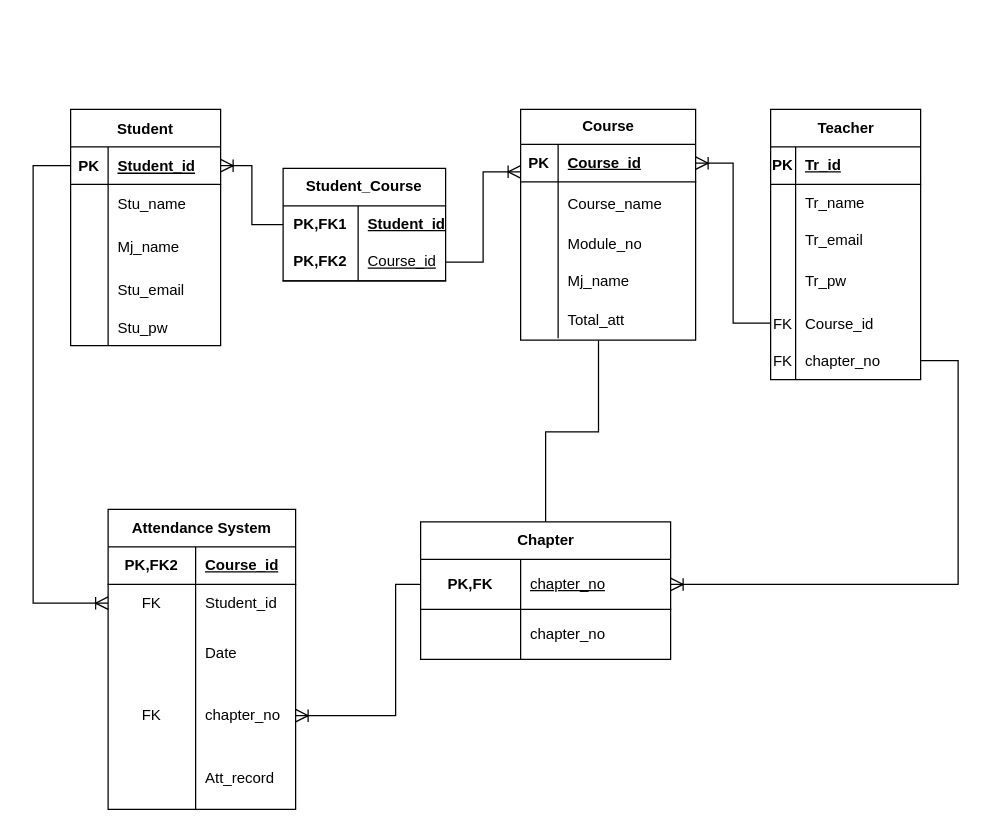
The draw.io diagram ER.drawio in KhunMaungNgwee/InternShipProject, before the edit. Source tidied: cells renumbered, new cells numbered last; positions are measured from the earlier drawing's top-left corner, leaving out a move shared by most shapes. Both pictures are drawn from the tidied source at 125%, with x=0, y=0 at pixel (32, 109).
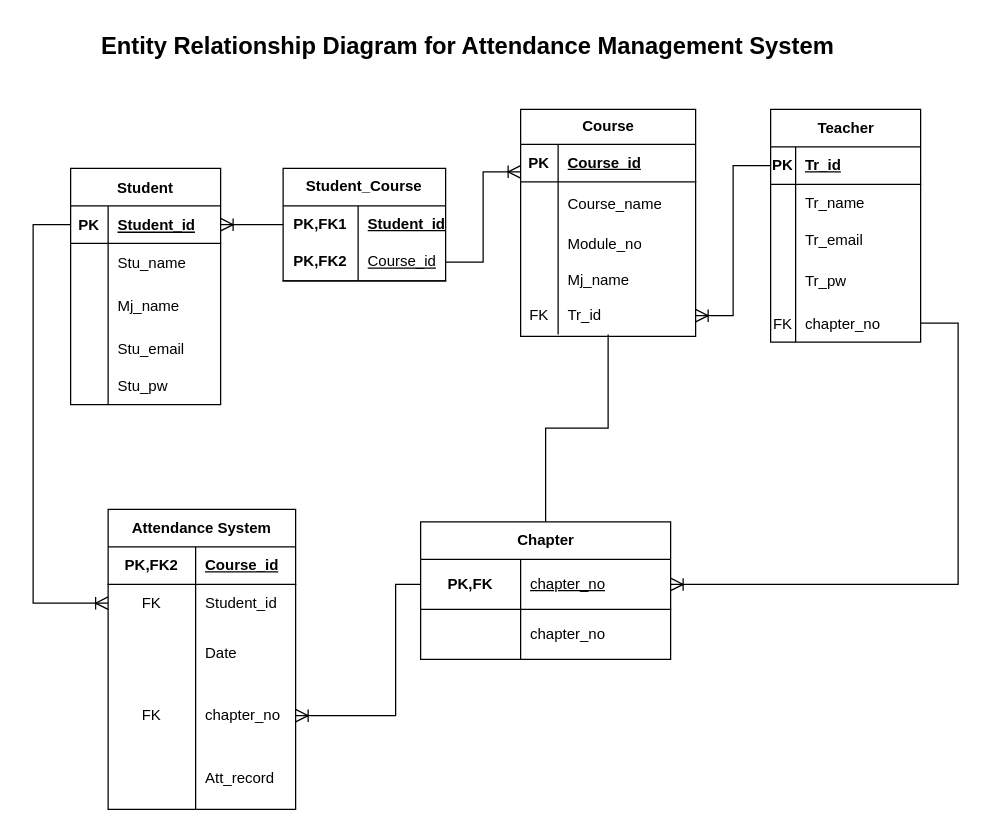
Above is the later version.

The change refers to these unchanged cells:
```xml
<mxCell id="19" style="shape=tableRow;horizontal=0;startSize=0;swimlaneHead=0;swimlaneBody=0;fillColor=none;points=[[0,0.5],[1,0.5]];portConstraint=eastwest;top=0;left=0;right=0;bottom=1;" parent="18" vertex="1">
  <mxGeometry y="28" width="140" height="30" as="geometry" />
</mxCell>
<mxCell id="51" style="shape=tableRow;horizontal=0;startSize=0;swimlaneHead=0;swimlaneBody=0;fillColor=none;points=[[0,0.5],[1,0.5]];portConstraint=eastwest;top=0;left=0;right=0;bottom=1;" parent="50" vertex="1">
  <mxGeometry y="30" width="120" height="30" as="geometry" />
</mxCell>
<mxCell id="69" value="Chapter" style="shape=table;startSize=30;childLayout=tableLayout;rowLines=0;fontStyle=1;align=center;html=1;" parent="1" vertex="1">
  <mxGeometry x="310" y="330" width="200" height="110" as="geometry" />
</mxCell>
```

Change to the diagram source:
```diff
@@
     <mxCell id="2" value="Student" style="shape=table;startSize=30;childLayout=tableLayout;rowLines=0;fontStyle=1;align=center;" parent="1" vertex="1">
-      <mxGeometry x="30" width="120" height="189" as="geometry" />
+      <mxGeometry x="30" y="47.2" width="120" height="189" as="geometry" />
     </mxCell>
@@
     <mxCell id="18" value="Course" style="shape=table;startSize=28;childLayout=tableLayout;rowLines=0;fontStyle=1;align=center;html=1;" parent="1" vertex="1">
-      <mxGeometry x="390" width="140" height="184.5" as="geometry" />
+      <mxGeometry x="390" width="140" height="181.5" as="geometry" />
     </mxCell>
@@
     <mxCell id="28" style="shape=tableRow;horizontal=0;startSize=0;swimlaneHead=0;swimlaneBody=0;fillColor=none;top=0;left=0;right=0;bottom=0;" parent="18" vertex="1">
-      <mxGeometry y="123" width="140" height="30" as="geometry" />
+      <mxGeometry y="123" width="140" height="27" as="geometry" />
     </mxCell>
     <mxCell id="29" style="shape=partialRectangle;fillColor=none;top=0;left=0;bottom=0;right=0;overflow=hidden;whiteSpace=wrap;html=1;" parent="28" vertex="1">
-      <mxGeometry width="30" height="30" as="geometry" />
+      <mxGeometry width="30" height="27" as="geometry" />
     </mxCell>
     <mxCell id="30" value="Mj_name" style="shape=partialRectangle;fillColor=none;top=0;left=0;bottom=0;right=0;align=left;spacingLeft=6;overflow=hidden;whiteSpace=wrap;html=1;" parent="28" vertex="1">
-      <mxGeometry x="30" width="110" height="30" as="geometry" />
+      <mxGeometry x="30" width="110" height="27" as="geometry" />
     </mxCell>
-    <mxCell id="31" style="shape=tableRow;horizontal=0;startSize=0;swimlaneHead=0;swimlaneBody=0;fillColor=none;points=[[0,0.5],[1,0.5]];portConstraint=eastwest;top=0;left=0;right=0;bottom=0;" parent="18" vertex="1">
-      <mxGeometry y="153" width="140" height="30" as="geometry" />
-    </mxCell>
-    <mxCell id="32" style="shape=partialRectangle;fillColor=none;top=0;left=0;bottom=0;right=0;overflow=hidden;" parent="31" vertex="1">
-      <mxGeometry width="30" height="30" as="geometry" />
-    </mxCell>
-    <mxCell id="33" value="Total_att" style="shape=partialRectangle;fillColor=none;top=0;left=0;bottom=0;right=0;align=left;spacingLeft=6;overflow=hidden;" parent="31" vertex="1">
-      <mxGeometry x="30" width="110" height="30" as="geometry" />
-    </mxCell>
+    <mxCell id="90" style="shape=tableRow;horizontal=0;startSize=0;swimlaneHead=0;swimlaneBody=0;fillColor=none;points=[[0,0.5],[1,0.5]];portConstraint=eastwest;top=0;left=0;right=0;bottom=0;" parent="18" vertex="1">
+      <mxGeometry y="150" width="140" height="30" as="geometry" />
+    </mxCell>
+    <mxCell id="64" value="FK" style="shape=partialRectangle;fillColor=none;top=0;left=0;bottom=0;right=0;fontStyle=0;overflow=hidden;whiteSpace=wrap;html=1;" parent="90" vertex="1">
+      <mxGeometry width="30" height="30" as="geometry" />
+    </mxCell>
+    <mxCell id="91" value="Tr_id" style="shape=partialRectangle;fillColor=none;top=0;left=0;bottom=0;right=0;align=left;spacingLeft=6;fontStyle=0;overflow=hidden;whiteSpace=wrap;html=1;" parent="90" vertex="1">
+      <mxGeometry x="30" width="110" height="30" as="geometry" />
+    </mxCell>
@@
     <mxCell id="50" value="Teacher" style="shape=table;startSize=30;childLayout=tableLayout;rowLines=0;fontStyle=1;align=center;html=1;" parent="1" vertex="1">
-      <mxGeometry x="590" width="120" height="216.2" as="geometry" />
+      <mxGeometry x="590" width="120" height="186.2" as="geometry" />
     </mxCell>
@@
-    <mxCell id="63" style="shape=tableRow;horizontal=0;startSize=0;swimlaneHead=0;swimlaneBody=0;fillColor=none;points=[[0,0.5],[1,0.5]];portConstraint=eastwest;top=0;left=0;right=0;bottom=0;" parent="50" vertex="1">
-      <mxGeometry y="156" width="120" height="30" as="geometry" />
-    </mxCell>
-    <mxCell id="64" value="FK" style="shape=partialRectangle;fillColor=none;top=0;left=0;bottom=0;right=0;overflow=hidden;" parent="63" vertex="1">
-      <mxGeometry width="20" height="30" as="geometry" />
-    </mxCell>
-    <mxCell id="65" value="Course_id" style="shape=partialRectangle;fillColor=none;top=0;left=0;bottom=0;right=0;align=left;spacingLeft=6;overflow=hidden;" parent="63" vertex="1">
-      <mxGeometry x="20" width="100" height="30" as="geometry" />
-    </mxCell>
     <mxCell id="66" style="shape=tableRow;horizontal=0;startSize=0;swimlaneHead=0;swimlaneBody=0;fillColor=none;points=[[0,0.5],[1,0.5]];portConstraint=eastwest;top=0;left=0;right=0;bottom=0;" parent="50" vertex="1">
-      <mxGeometry y="186" width="120" height="30" as="geometry" />
+      <mxGeometry y="156" width="120" height="30" as="geometry" />
     </mxCell>
@@
-    <mxCell id="79" style="endArrow=none;html=1;rounded=0;fontSize=12;startSize=8;endSize=8;exitX=0.5;exitY=0;exitDx=0;exitDy=0;entryX=0.445;entryY=1.072;entryDx=0;entryDy=0;entryPerimeter=0;edgeStyle=elbowEdgeStyle;elbow=vertical;" parent="1" edge="1" source="69" target="31">
+    <mxCell id="79" style="endArrow=none;html=1;rounded=0;fontSize=12;startSize=8;endSize=8;exitX=0.5;exitY=0;exitDx=0;exitDy=0;edgeStyle=elbowEdgeStyle;elbow=vertical;" parent="1" edge="1" source="69" target="90">
       <mxGeometry relative="1" as="geometry" />
     </mxCell>
-    <mxCell id="80" style="edgeStyle=elbowEdgeStyle;fontSize=12;html=1;endArrow=ERoneToMany;rounded=0;startSize=8;endSize=8;exitX=0;exitY=0.5;exitDx=0;exitDy=0;entryX=1;entryY=0.5;entryDx=0;entryDy=0;" parent="1" edge="1" source="63" target="19">
+    <mxCell id="80" style="edgeStyle=elbowEdgeStyle;fontSize=12;html=1;endArrow=ERoneToMany;rounded=0;startSize=8;endSize=8;exitX=0;exitY=0.5;exitDx=0;exitDy=0;entryX=1;entryY=0.5;entryDx=0;entryDy=0;" parent="1" edge="1" source="51" target="90">
       <mxGeometry relative="1" as="geometry" />
     </mxCell>
@@
+    <mxCell id="92" value="Entity Relationship Diagram for Attendance Management System&amp;nbsp;" style="text;html=1;align=center;verticalAlign=middle;strokeColor=none;fillColor=none;strokeWidth=0;fontSize=19;fontStyle=1;" parent="1" vertex="1">
+      <mxGeometry x="60" y="-70" width="580" height="40" as="geometry" />
+    </mxCell>
```
